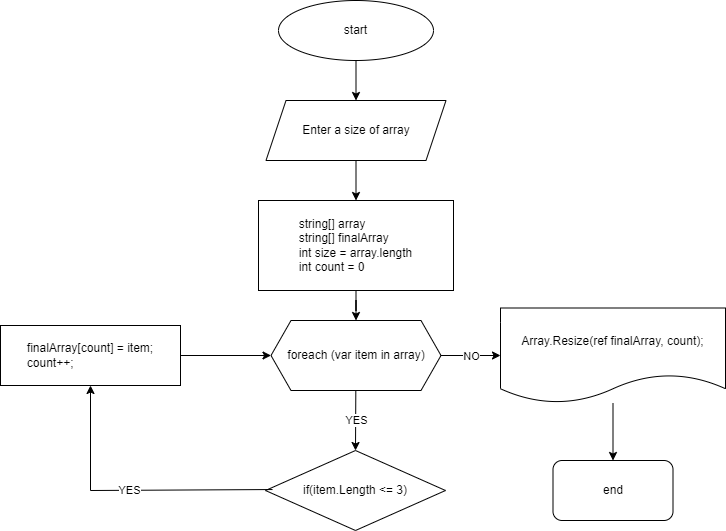
The draw.io diagram BlockDiagram.png in Takotta/FinalProject, before a commit. Source tidied: cells renumbered, new cells last; positions are measured from the earlier drawing's top-left corner, leaving out a move shared by most shapes. The source it was exported from:
```xml
<mxGraphModel>
  <root>
    <mxCell id="0" />
    <mxCell id="1" parent="0" />
    <mxCell id="2" style="edgeStyle=orthogonalEdgeStyle;rounded=0;jettySize=auto;html=1;entryX=0.5;entryY=0;entryDx=0;entryDy=0;" parent="1" edge="1" source="3" target="5">
      <mxGeometry relative="1" as="geometry" />
    </mxCell>
    <mxCell id="3" value="start" style="ellipse;whiteSpace=wrap;html=1;" parent="1" vertex="1">
      <mxGeometry x="278" width="155" height="60" as="geometry" />
    </mxCell>
    <mxCell id="4" style="edgeStyle=orthogonalEdgeStyle;rounded=0;jettySize=auto;html=1;entryX=0.5;entryY=0;entryDx=0;entryDy=0;" parent="1" edge="1" source="5" target="7">
      <mxGeometry relative="1" as="geometry" />
    </mxCell>
    <mxCell id="5" value="Enter a size of array" style="shape=parallelogram;perimeter=parallelogramPerimeter;whiteSpace=wrap;html=1;fixedSize=1;" parent="1" vertex="1">
      <mxGeometry x="265.5" y="100" width="180" height="60" as="geometry" />
    </mxCell>
    <mxCell id="6" style="edgeStyle=orthogonalEdgeStyle;rounded=0;jettySize=auto;html=1;entryX=0.5;entryY=0;entryDx=0;entryDy=0;" parent="1" edge="1" source="7" target="9">
      <mxGeometry relative="1" as="geometry" />
    </mxCell>
    <mxCell id="7" value="&lt;div style=&quot;text-align: justify;&quot;&gt;&lt;span style=&quot;background-color: initial;&quot;&gt;string[] array&lt;/span&gt;&lt;br&gt;&lt;/div&gt;&lt;div style=&quot;text-align: justify;&quot;&gt;&lt;span style=&quot;background-color: initial;&quot;&gt;string[] finalArray&lt;/span&gt;&lt;/div&gt;&lt;div style=&quot;text-align: justify;&quot;&gt;&lt;span style=&quot;background-color: initial;&quot;&gt;int size = array.&lt;/span&gt;&lt;span style=&quot;background-color: initial;&quot;&gt;length&lt;/span&gt;&lt;/div&gt;&lt;div style=&quot;text-align: justify;&quot;&gt;&lt;span style=&quot;background-color: initial;&quot;&gt;int count = 0&lt;/span&gt;&lt;/div&gt;" style="rounded=0;whiteSpace=wrap;html=1;align=center;" parent="1" vertex="1">
      <mxGeometry x="258" y="200" width="195" height="90" as="geometry" />
    </mxCell>
    <mxCell id="8" value="if(item.Length &amp;lt;= 3)" style="rhombus;whiteSpace=wrap;html=1;" parent="1" vertex="1">
      <mxGeometry x="265" y="450" width="180" height="80" as="geometry" />
    </mxCell>
    <mxCell id="9" value="foreach (var item in array)" style="shape=hexagon;perimeter=hexagonPerimeter2;whiteSpace=wrap;html=1;fixedSize=1;" parent="1" vertex="1">
      <mxGeometry x="270.5" y="320" width="170" height="70" as="geometry" />
    </mxCell>
    <mxCell id="10" style="endArrow=classic;html=1;rounded=0;entryX=0.5;entryY=0;entryDx=0;entryDy=0;" parent="1" edge="1" source="9" target="8">
      <mxGeometry relative="1" as="geometry" />
    </mxCell>
    <mxCell id="11" value="YES" style="edgeLabel;html=1;align=center;verticalAlign=middle;" parent="10" vertex="1">
      <mxGeometry relative="1" as="geometry" />
    </mxCell>
    <mxCell id="12" value="finalArray&lt;span style=&quot;background-color: initial; text-align: justify;&quot;&gt;[count] = item;&lt;/span&gt;&lt;br&gt;&lt;div style=&quot;text-align: justify;&quot;&gt;&lt;span style=&quot;background-color: initial;&quot;&gt;count++;&lt;/span&gt;&lt;/div&gt;" style="rounded=0;whiteSpace=wrap;html=1;" parent="1" vertex="1">
      <mxGeometry y="325" width="180" height="60" as="geometry" />
    </mxCell>
    <mxCell id="13" style="endArrow=classic;html=1;rounded=0;entryX=0.5;entryY=1;entryDx=0;entryDy=0;exitX=0.039;exitY=0.488;exitDx=0;exitDy=0;exitPerimeter=0;" parent="1" edge="1" source="8" target="12">
      <mxGeometry relative="1" as="geometry">
        <Array as="points">
          <mxPoint x="90" y="490" />
        </Array>
      </mxGeometry>
    </mxCell>
    <mxCell id="14" value="YES" style="edgeLabel;html=1;align=center;verticalAlign=middle;" parent="13" vertex="1">
      <mxGeometry relative="1" as="geometry" />
    </mxCell>
    <mxCell id="15" style="endArrow=classic;html=1;rounded=0;exitX=1;exitY=0.5;exitDx=0;exitDy=0;entryX=0;entryY=0.5;entryDx=0;entryDy=0;" parent="1" edge="1" source="12" target="9">
      <mxGeometry relative="1" as="geometry" />
    </mxCell>
    <mxCell id="16" style="edgeStyle=orthogonalEdgeStyle;rounded=0;jettySize=auto;html=1;entryX=0.5;entryY=0;entryDx=0;entryDy=0;" parent="1" edge="1" source="17" target="18">
      <mxGeometry relative="1" as="geometry" />
    </mxCell>
    <mxCell id="17" value="Array.Resize(ref finalArray, count);" style="shape=document;whiteSpace=wrap;html=1;boundedLbl=1;" parent="1" vertex="1">
      <mxGeometry x="500" y="307.5" width="225" height="95" as="geometry" />
    </mxCell>
    <mxCell id="18" value="end" style="rounded=1;whiteSpace=wrap;html=1;" parent="1" vertex="1">
      <mxGeometry x="552.5" y="460" width="120" height="60" as="geometry" />
    </mxCell>
    <mxCell id="19" style="endArrow=classic;html=1;rounded=0;entryX=0;entryY=0.5;entryDx=0;entryDy=0;exitX=1;exitY=0.5;exitDx=0;exitDy=0;" parent="1" edge="1" source="9" target="17">
      <mxGeometry relative="1" as="geometry" />
    </mxCell>
    <mxCell id="20" value="NO" style="edgeLabel;html=1;align=center;verticalAlign=middle;" parent="19" vertex="1">
      <mxGeometry relative="1" as="geometry" />
    </mxCell>
  </root>
</mxGraphModel>
```
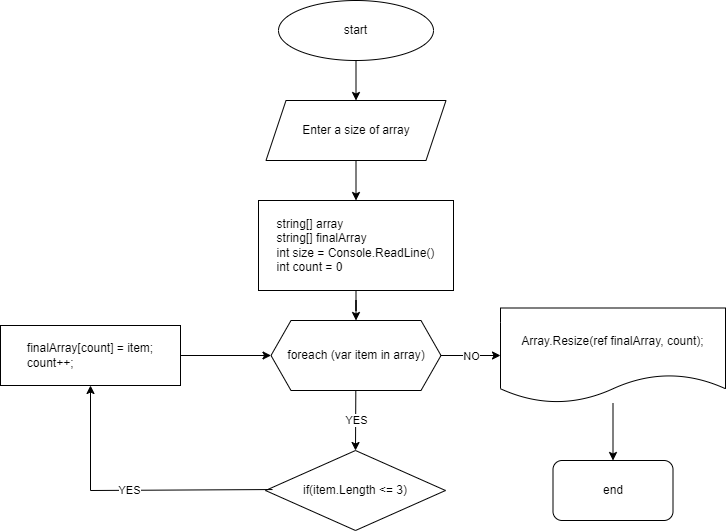
The same diagram one commit later.

What changed in the source:
```diff
@@ -17,7 +17,7 @@
     <mxCell id="6" style="edgeStyle=orthogonalEdgeStyle;rounded=0;jettySize=auto;html=1;entryX=0.5;entryY=0;entryDx=0;entryDy=0;" parent="1" edge="1" source="7" target="9">
       <mxGeometry relative="1" as="geometry" />
     </mxCell>
-    <mxCell id="7" value="&lt;div style=&quot;text-align: justify;&quot;&gt;&lt;span style=&quot;background-color: initial;&quot;&gt;string[] array&lt;/span&gt;&lt;br&gt;&lt;/div&gt;&lt;div style=&quot;text-align: justify;&quot;&gt;&lt;span style=&quot;background-color: initial;&quot;&gt;string[] finalArray&lt;/span&gt;&lt;/div&gt;&lt;div style=&quot;text-align: justify;&quot;&gt;&lt;span style=&quot;background-color: initial;&quot;&gt;int size = array.&lt;/span&gt;&lt;span style=&quot;background-color: initial;&quot;&gt;length&lt;/span&gt;&lt;/div&gt;&lt;div style=&quot;text-align: justify;&quot;&gt;&lt;span style=&quot;background-color: initial;&quot;&gt;int count = 0&lt;/span&gt;&lt;/div&gt;" style="rounded=0;whiteSpace=wrap;html=1;align=center;" parent="1" vertex="1">
+    <mxCell id="7" value="&lt;div style=&quot;text-align: justify;&quot;&gt;&lt;span style=&quot;background-color: initial;&quot;&gt;string[] array&lt;/span&gt;&lt;br&gt;&lt;/div&gt;&lt;div style=&quot;text-align: justify;&quot;&gt;&lt;span style=&quot;background-color: initial;&quot;&gt;string[] finalArray&lt;/span&gt;&lt;/div&gt;&lt;div style=&quot;text-align: justify;&quot;&gt;&lt;span style=&quot;background-color: initial;&quot;&gt;int size =&amp;nbsp;&lt;/span&gt;Console.ReadLine()&lt;/div&gt;&lt;div style=&quot;text-align: justify;&quot;&gt;&lt;span style=&quot;background-color: initial;&quot;&gt;int count = 0&lt;/span&gt;&lt;/div&gt;" style="rounded=0;whiteSpace=wrap;html=1;align=center;" parent="1" vertex="1">
       <mxGeometry x="258" y="200" width="195" height="90" as="geometry" />
     </mxCell>
     <mxCell id="8" value="if(item.Length &amp;lt;= 3)" style="rhombus;whiteSpace=wrap;html=1;" parent="1" vertex="1">
```
